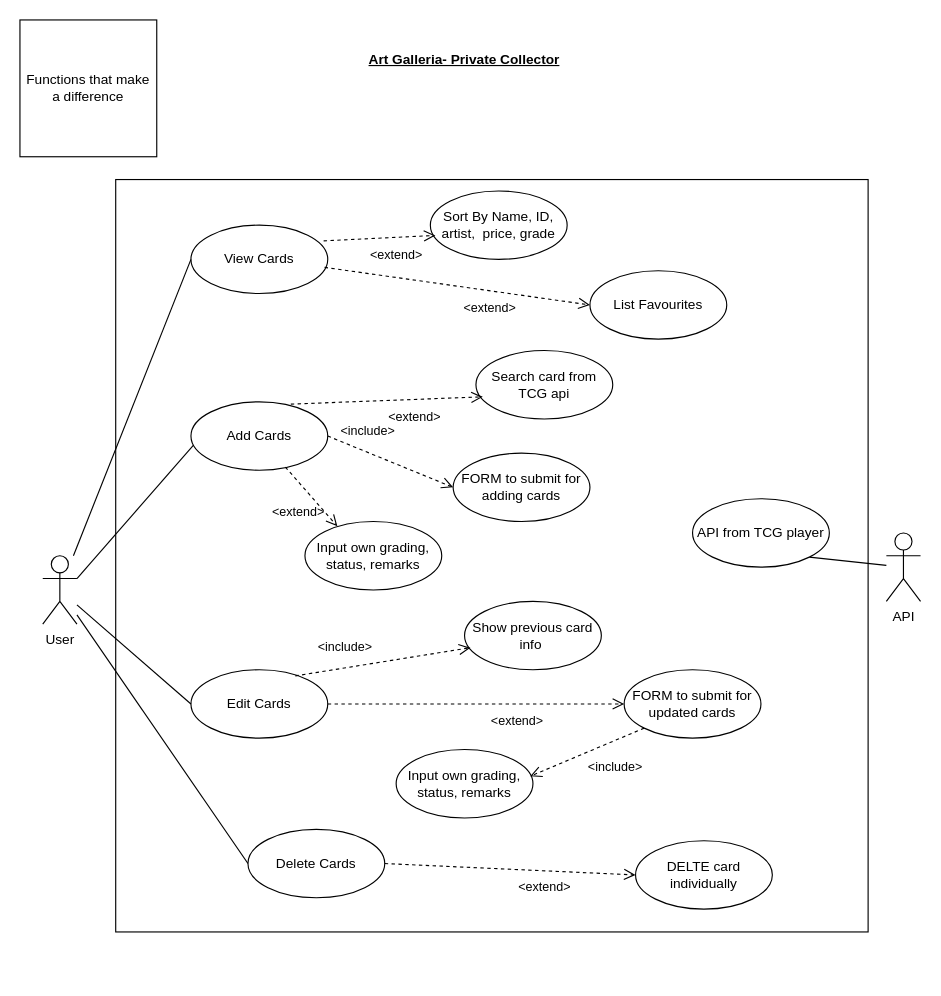
The draw.io diagram page "V1_Hansen_qn1_useCase" (2 of 12) of Hansen.drawio in Leow0069/TFIP-Capstone, before the edit. Source tidied: cells renumbered, new cells numbered last; positions are measured from the earlier drawing's top-left corner, leaving out a move shared by most shapes. Both pictures are drawn from the tidied source at 114%, with x=0, y=0 at pixel (19, 19).
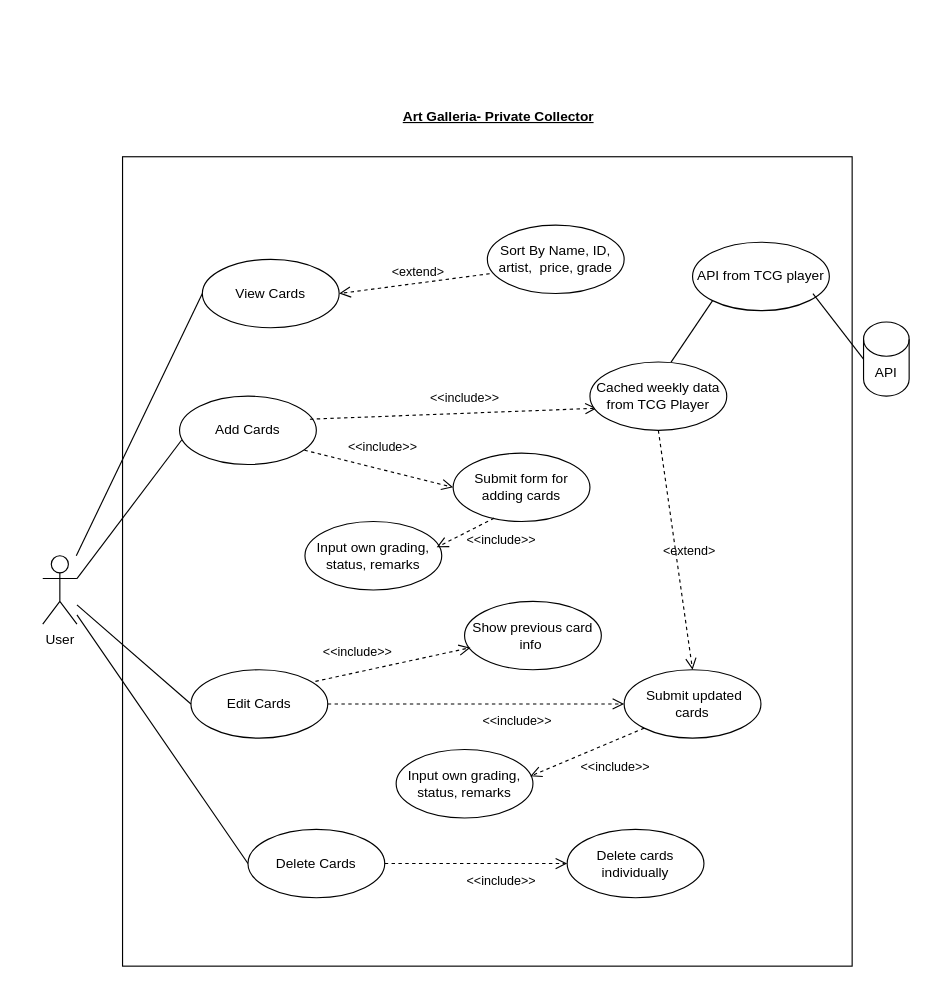
The same diagram, later.

The edit, as a diff of the source:
```diff
@@
-    <mxCell id="2" style="whiteSpace=wrap;html=1;" parent="1" vertex="1">
-      <mxGeometry x="84" y="140" width="660" height="660" as="geometry" />
-    </mxCell>
+    <mxCell id="35" style="group;" parent="1" vertex="1">
+      <mxGeometry x="20" y="60" width="770" height="780" as="geometry" />
+    </mxCell>
+    <mxCell id="36" style="group;fillColor=default;" parent="35" vertex="1">
+      <mxGeometry width="770" height="780" as="geometry" />
+    </mxCell>
+    <mxCell id="37" style="rounded=0;whiteSpace=wrap;html=1;" parent="35" vertex="1">
+      <mxGeometry x="70" y="60" width="640" height="710" as="geometry" />
+    </mxCell>
-    <mxCell id="3" value="Art Galleria- Private Collector" style="text;html=1;strokeColor=none;fillColor=none;align=center;verticalAlign=middle;whiteSpace=wrap;rounded=0;fontStyle=5;" parent="1" vertex="1">
-      <mxGeometry x="260" y="20" width="260" height="30" as="geometry" />
+    <mxCell id="3" value="Art Galleria- Private Collector" style="text;html=1;strokeColor=none;fillColor=none;align=center;verticalAlign=middle;whiteSpace=wrap;rounded=0;fontStyle=5;" parent="35" vertex="1">
+      <mxGeometry x="270" y="10" width="260" height="30" as="geometry" />
     </mxCell>
-    <mxCell id="4" value="User" style="shape=umlActor;verticalLabelPosition=bottom;verticalAlign=top;html=1;outlineConnect=0;" parent="1" vertex="1">
-      <mxGeometry x="20" y="470" width="30" height="60" as="geometry" />
+    <mxCell id="4" value="User" style="shape=umlActor;verticalLabelPosition=bottom;verticalAlign=top;html=1;outlineConnect=0;" parent="35" vertex="1">
+      <mxGeometry y="410" width="30" height="60" as="geometry" />
     </mxCell>
-    <mxCell id="5" value="Sort By Name, ID, artist,&amp;nbsp; price, grade" style="ellipse;whiteSpace=wrap;html=1;" parent="1" vertex="1">
-      <mxGeometry x="360" y="150" width="120" height="60" as="geometry" />
+    <mxCell id="5" value="Sort By Name, ID, artist,&amp;nbsp; price, grade" style="ellipse;whiteSpace=wrap;html=1;" parent="35" vertex="1">
+      <mxGeometry x="390" y="120" width="120" height="60" as="geometry" />
     </mxCell>
-    <mxCell id="6" value="View Cards" style="ellipse;whiteSpace=wrap;html=1;" parent="1" vertex="1">
-      <mxGeometry x="150" y="180" width="120" height="60" as="geometry" />
+    <mxCell id="6" value="View Cards" style="ellipse;whiteSpace=wrap;html=1;" parent="35" vertex="1">
+      <mxGeometry x="140" y="150" width="120" height="60" as="geometry" />
     </mxCell>
-    <mxCell id="7" style="endArrow=none;html=1;rounded=0;jumpStyle=none;jumpSize=22;entryX=0;entryY=0.5;entryDx=0;entryDy=0;" parent="1" edge="1" source="4" target="6">
+    <mxCell id="7" style="endArrow=none;html=1;rounded=0;jumpStyle=none;jumpSize=22;entryX=0;entryY=0.5;entryDx=0;entryDy=0;" parent="35" edge="1" source="4" target="6">
       <mxGeometry relative="1" as="geometry" />
     </mxCell>
-    <mxCell id="8" value="Add Cards" style="ellipse;whiteSpace=wrap;html=1;" parent="1" vertex="1">
-      <mxGeometry x="150" y="335" width="120" height="60" as="geometry" />
+    <mxCell id="8" value="Add Cards" style="ellipse;whiteSpace=wrap;html=1;" parent="35" vertex="1">
+      <mxGeometry x="120" y="270" width="120" height="60" as="geometry" />
     </mxCell>
-    <mxCell id="9" style="endArrow=none;html=1;rounded=0;jumpStyle=none;jumpSize=22;entryX=0.017;entryY=0.637;entryDx=0;entryDy=0;entryPerimeter=0;exitX=1;exitY=0.3333333333333333;exitDx=0;exitDy=0;exitPerimeter=0;" parent="1" edge="1" source="4" target="8">
+    <mxCell id="9" style="endArrow=none;html=1;rounded=0;jumpStyle=none;jumpSize=22;entryX=0.017;entryY=0.637;entryDx=0;entryDy=0;entryPerimeter=0;exitX=1;exitY=0.3333333333333333;exitDx=0;exitDy=0;exitPerimeter=0;" parent="35" edge="1" source="4" target="8">
       <mxGeometry relative="1" as="geometry" />
     </mxCell>
-    <mxCell id="10" value="List Favourites" style="ellipse;whiteSpace=wrap;html=1;" parent="1" vertex="1">
-      <mxGeometry x="500" y="220" width="120" height="60" as="geometry" />
-    </mxCell>
-    <mxCell id="11" value="Search card from TCG api" style="ellipse;whiteSpace=wrap;html=1;" parent="1" vertex="1">
-      <mxGeometry x="400" y="290" width="120" height="60" as="geometry" />
-    </mxCell>
-    <mxCell id="12" value="Input own grading, status, remarks" style="ellipse;whiteSpace=wrap;html=1;" parent="1" vertex="1">
-      <mxGeometry x="250" y="440" width="120" height="60" as="geometry" />
+    <mxCell id="12" value="Input own grading, status, remarks" style="ellipse;whiteSpace=wrap;html=1;" parent="35" vertex="1">
+      <mxGeometry x="230" y="380" width="120" height="60" as="geometry" />
     </mxCell>
-    <mxCell id="13" value="Edit Cards" style="ellipse;whiteSpace=wrap;html=1;" parent="1" vertex="1">
-      <mxGeometry x="150" y="570" width="120" height="60" as="geometry" />
+    <mxCell id="13" value="Edit Cards" style="ellipse;whiteSpace=wrap;html=1;" parent="35" vertex="1">
+      <mxGeometry x="130" y="510" width="120" height="60" as="geometry" />
     </mxCell>
-    <mxCell id="14" style="endArrow=none;html=1;rounded=0;jumpStyle=none;jumpSize=22;entryX=0;entryY=0.5;entryDx=0;entryDy=0;" parent="1" edge="1" source="4" target="13">
+    <mxCell id="14" style="endArrow=none;html=1;rounded=0;jumpStyle=none;jumpSize=22;entryX=0;entryY=0.5;entryDx=0;entryDy=0;" parent="35" edge="1" source="4" target="13">
       <mxGeometry relative="1" as="geometry" />
     </mxCell>
-    <mxCell id="15" value="Delete Cards" style="ellipse;whiteSpace=wrap;html=1;" parent="1" vertex="1">
-      <mxGeometry x="200" y="710" width="120" height="60" as="geometry" />
+    <mxCell id="15" value="Delete Cards" style="ellipse;whiteSpace=wrap;html=1;" parent="35" vertex="1">
+      <mxGeometry x="180" y="650" width="120" height="60" as="geometry" />
     </mxCell>
-    <mxCell id="16" style="endArrow=none;html=1;rounded=0;jumpStyle=none;jumpSize=22;entryX=0;entryY=0.5;entryDx=0;entryDy=0;" parent="1" edge="1" source="4" target="15">
+    <mxCell id="16" style="endArrow=none;html=1;rounded=0;jumpStyle=none;jumpSize=22;entryX=0;entryY=0.5;entryDx=0;entryDy=0;" parent="35" edge="1" source="4" target="15">
       <mxGeometry relative="1" as="geometry" />
     </mxCell>
-    <mxCell id="17" value="DELTE card individually" style="ellipse;whiteSpace=wrap;html=1;" parent="1" vertex="1">
-      <mxGeometry x="540" y="720" width="120" height="60" as="geometry" />
+    <mxCell id="17" value="Delete cards individually" style="ellipse;whiteSpace=wrap;html=1;" parent="35" vertex="1">
+      <mxGeometry x="460" y="650" width="120" height="60" as="geometry" />
     </mxCell>
-    <mxCell id="18" value="FORM to submit for adding cards" style="ellipse;whiteSpace=wrap;html=1;" parent="1" vertex="1">
-      <mxGeometry x="380" y="380" width="120" height="60" as="geometry" />
+    <mxCell id="18" value="Submit form for adding cards" style="ellipse;whiteSpace=wrap;html=1;" parent="35" vertex="1">
+      <mxGeometry x="360" y="320" width="120" height="60" as="geometry" />
     </mxCell>
-    <mxCell id="19" value="&amp;lt;extend&amp;gt;" style="endArrow=open;startArrow=none;endFill=0;startFill=0;endSize=8;html=1;verticalAlign=bottom;dashed=1;labelBackgroundColor=none;rounded=0;jumpStyle=none;jumpSize=22;exitX=0.977;exitY=0.617;exitDx=0;exitDy=0;entryX=0;entryY=0.5;entryDx=0;entryDy=0;exitPerimeter=0;" parent="1" edge="1" source="6" target="10">
-      <mxGeometry x="0.28" y="-24" relative="1" as="geometry" />
-    </mxCell>
-    <mxCell id="20" value="Functions that make a difference" style="whiteSpace=wrap;html=1;" parent="1" vertex="1">
-      <mxGeometry width="120" height="120" as="geometry" />
-    </mxCell>
-    <mxCell id="21" value="&amp;lt;extend&amp;gt;" style="endArrow=open;startArrow=none;endFill=0;startFill=0;endSize=8;html=1;verticalAlign=bottom;dashed=1;labelBackgroundColor=none;rounded=0;jumpStyle=none;jumpSize=22;exitX=0.97;exitY=0.23;exitDx=0;exitDy=0;entryX=0.037;entryY=0.65;entryDx=0;entryDy=0;entryPerimeter=0;exitPerimeter=0;" parent="1" edge="1" source="6" target="5">
-      <mxGeometry x="0.28" y="-24" relative="1" as="geometry" />
+    <mxCell id="21" value="&amp;lt;extend&amp;gt;" style="endArrow=open;startArrow=none;endFill=0;startFill=0;endSize=8;html=1;verticalAlign=bottom;dashed=1;labelBackgroundColor=none;rounded=0;jumpStyle=none;jumpSize=22;entryX=1;entryY=0.5;entryDx=0;entryDy=0;exitX=0.017;exitY=0.71;exitDx=0;exitDy=0;exitPerimeter=0;" parent="35" edge="1" source="5" target="6">
+      <mxGeometry x="-0.06" y="-1" relative="1" as="geometry" />
     </mxCell>
-    <mxCell id="22" value="&amp;lt;extend&amp;gt;" style="endArrow=open;startArrow=none;endFill=0;startFill=0;endSize=8;html=1;verticalAlign=bottom;dashed=1;labelBackgroundColor=none;rounded=0;jumpStyle=none;jumpSize=22;exitX=0.73;exitY=0.033;exitDx=0;exitDy=0;entryX=0.05;entryY=0.677;entryDx=0;entryDy=0;entryPerimeter=0;exitPerimeter=0;" parent="1" edge="1" source="8" target="11">
-      <mxGeometry x="0.28" y="-24" relative="1" as="geometry" />
+    <mxCell id="22" value="&amp;lt;&amp;lt;include&amp;gt;&amp;gt;" style="endArrow=open;startArrow=none;endFill=0;startFill=0;endSize=8;html=1;verticalAlign=bottom;dashed=1;labelBackgroundColor=none;rounded=0;jumpStyle=none;jumpSize=22;exitX=0.953;exitY=0.337;exitDx=0;exitDy=0;entryX=0.05;entryY=0.677;entryDx=0;entryDy=0;entryPerimeter=0;exitPerimeter=0;" parent="35" edge="1" source="8" target="11">
+      <mxGeometry x="0.08" y="4" relative="1" as="geometry" />
     </mxCell>
-    <mxCell id="23" value="&amp;lt;extend&amp;gt;" style="endArrow=open;startArrow=none;endFill=0;startFill=0;endSize=8;html=1;verticalAlign=bottom;dashed=1;labelBackgroundColor=none;rounded=0;jumpStyle=none;jumpSize=22;exitX=0.69;exitY=0.953;exitDx=0;exitDy=0;entryX=0.237;entryY=0.07;entryDx=0;entryDy=0;entryPerimeter=0;exitPerimeter=0;" parent="1" edge="1" source="8" target="12">
-      <mxGeometry x="0.28" y="-24" relative="1" as="geometry" />
-    </mxCell>
-    <mxCell id="24" value="Show previous card info&amp;nbsp;" style="ellipse;whiteSpace=wrap;html=1;" parent="1" vertex="1">
-      <mxGeometry x="390" y="510" width="120" height="60" as="geometry" />
+    <mxCell id="24" value="Show previous card info&amp;nbsp;" style="ellipse;whiteSpace=wrap;html=1;" parent="35" vertex="1">
+      <mxGeometry x="370" y="450" width="120" height="60" as="geometry" />
     </mxCell>
-    <mxCell id="25" value="Input own grading, status, remarks" style="ellipse;whiteSpace=wrap;html=1;" parent="1" vertex="1">
-      <mxGeometry x="330" y="640" width="120" height="60" as="geometry" />
+    <mxCell id="25" value="Input own grading, status, remarks" style="ellipse;whiteSpace=wrap;html=1;" parent="35" vertex="1">
+      <mxGeometry x="310" y="580" width="120" height="60" as="geometry" />
     </mxCell>
-    <mxCell id="26" value="FORM to submit for updated cards" style="ellipse;whiteSpace=wrap;html=1;" parent="1" vertex="1">
-      <mxGeometry x="530" y="570" width="120" height="60" as="geometry" />
+    <mxCell id="26" value="&amp;nbsp;Submit updated cards" style="ellipse;whiteSpace=wrap;html=1;" parent="35" vertex="1">
+      <mxGeometry x="510" y="510" width="120" height="60" as="geometry" />
     </mxCell>
-    <mxCell id="27" value="&amp;lt;include&amp;gt;" style="endArrow=open;startArrow=none;endFill=0;startFill=0;endSize=8;html=1;verticalAlign=bottom;dashed=1;labelBackgroundColor=none;rounded=0;jumpStyle=none;jumpSize=22;exitX=0.763;exitY=0.09;exitDx=0;exitDy=0;entryX=0.043;entryY=0.677;entryDx=0;entryDy=0;exitPerimeter=0;entryPerimeter=0;" parent="1" edge="1" source="13" target="24">
+    <mxCell id="27" value="&amp;lt;&amp;lt;include&amp;gt;&amp;gt;" style="endArrow=open;startArrow=none;endFill=0;startFill=0;endSize=8;html=1;verticalAlign=bottom;dashed=1;labelBackgroundColor=none;rounded=0;jumpStyle=none;jumpSize=22;exitX=0.91;exitY=0.17;exitDx=0;exitDy=0;entryX=0.043;entryY=0.677;entryDx=0;entryDy=0;exitPerimeter=0;entryPerimeter=0;" parent="35" edge="1" source="13" target="24">
       <mxGeometry x="-0.42" y="9" relative="1" as="geometry" />
     </mxCell>
-    <mxCell id="28" value="&amp;lt;extend&amp;gt;" style="endArrow=open;startArrow=none;endFill=0;startFill=0;endSize=8;html=1;verticalAlign=bottom;dashed=1;labelBackgroundColor=none;rounded=0;jumpStyle=none;jumpSize=22;exitX=1;exitY=0.5;exitDx=0;exitDy=0;entryX=0;entryY=0.5;entryDx=0;entryDy=0;" parent="1" edge="1" source="13" target="26">
+    <mxCell id="28" value="&amp;lt;&amp;lt;include&amp;gt;&amp;gt;" style="endArrow=open;startArrow=none;endFill=0;startFill=0;endSize=8;html=1;verticalAlign=bottom;dashed=1;labelBackgroundColor=none;rounded=0;jumpStyle=none;jumpSize=22;exitX=1;exitY=0.5;exitDx=0;exitDy=0;entryX=0;entryY=0.5;entryDx=0;entryDy=0;" parent="35" edge="1" source="13" target="26">
       <mxGeometry x="0.28" y="-24" relative="1" as="geometry" />
     </mxCell>
-    <mxCell id="29" value="&amp;lt;include&amp;gt;" style="endArrow=open;startArrow=none;endFill=0;startFill=0;endSize=8;html=1;verticalAlign=bottom;dashed=1;labelBackgroundColor=none;rounded=0;jumpStyle=none;jumpSize=22;exitX=0;exitY=1;exitDx=0;exitDy=0;entryX=0.98;entryY=0.39;entryDx=0;entryDy=0;entryPerimeter=0;" parent="1" edge="1" source="26" target="25">
+    <mxCell id="29" value="&amp;lt;&amp;lt;include&amp;gt;&amp;gt;" style="endArrow=open;startArrow=none;endFill=0;startFill=0;endSize=8;html=1;verticalAlign=bottom;dashed=1;labelBackgroundColor=none;rounded=0;jumpStyle=none;jumpSize=22;exitX=0;exitY=1;exitDx=0;exitDy=0;entryX=0.98;entryY=0.39;entryDx=0;entryDy=0;entryPerimeter=0;" parent="35" edge="1" source="26" target="25">
       <mxGeometry x="-0.27" y="30" relative="1" as="geometry" />
     </mxCell>
-    <mxCell id="30" value="&amp;lt;include&amp;gt;" style="endArrow=open;startArrow=none;endFill=0;startFill=0;endSize=8;html=1;verticalAlign=bottom;dashed=1;labelBackgroundColor=none;rounded=0;jumpStyle=none;jumpSize=22;exitX=1;exitY=0.5;exitDx=0;exitDy=0;entryX=0;entryY=0.5;entryDx=0;entryDy=0;" parent="1" edge="1" source="8" target="18">
-      <mxGeometry x="-0.42" y="9" relative="1" as="geometry" />
+    <mxCell id="30" value="&amp;lt;&amp;lt;include&amp;gt;&amp;gt;" style="endArrow=open;startArrow=none;endFill=0;startFill=0;endSize=8;html=1;verticalAlign=bottom;dashed=1;labelBackgroundColor=none;rounded=0;jumpStyle=none;jumpSize=22;exitX=0.913;exitY=0.79;exitDx=0;exitDy=0;entryX=0;entryY=0.5;entryDx=0;entryDy=0;exitPerimeter=0;" parent="35" edge="1" source="8" target="18">
+      <mxGeometry x="0.01" y="10" relative="1" as="geometry" />
     </mxCell>
-    <mxCell id="31" value="&amp;lt;extend&amp;gt;" style="endArrow=open;startArrow=none;endFill=0;startFill=0;endSize=8;html=1;verticalAlign=bottom;dashed=1;labelBackgroundColor=none;rounded=0;jumpStyle=none;jumpSize=22;entryX=0;entryY=0.5;entryDx=0;entryDy=0;" parent="1" edge="1" target="17">
+    <mxCell id="31" value="&amp;lt;&amp;lt;include&amp;gt;&amp;gt;" style="endArrow=open;startArrow=none;endFill=0;startFill=0;endSize=8;html=1;verticalAlign=bottom;dashed=1;labelBackgroundColor=none;rounded=0;jumpStyle=none;jumpSize=22;entryX=0;entryY=0.5;entryDx=0;entryDy=0;" parent="35" edge="1" target="17">
       <mxGeometry x="0.28" y="-24" relative="1" as="geometry">
-        <mxPoint x="320" y="740" as="sourcePoint" />
+        <mxPoint x="300" y="680" as="sourcePoint" />
       </mxGeometry>
     </mxCell>
+    <mxCell id="34" value="API from TCG player" style="ellipse;whiteSpace=wrap;html=1;" parent="35" vertex="1">
+      <mxGeometry x="570" y="135" width="120" height="60" as="geometry" />
+    </mxCell>
-    <mxCell id="32" value="API" style="shape=umlActor;verticalLabelPosition=bottom;verticalAlign=top;html=1;outlineConnect=0;" parent="1" vertex="1">
-      <mxGeometry x="760" y="450" width="30" height="60" as="geometry" />
+    <mxCell id="32" value="API" style="shape=cylinder3;whiteSpace=wrap;html=1;boundedLbl=1;backgroundOutline=1;size=15;" parent="35" vertex="1">
+      <mxGeometry x="720" y="205" width="40" height="65" as="geometry" />
     </mxCell>
+    <mxCell id="11" value="Cached weekly data from TCG Player" style="ellipse;whiteSpace=wrap;html=1;" parent="35" vertex="1">
+      <mxGeometry x="480" y="240" width="120" height="60" as="geometry" />
+    </mxCell>
+    <mxCell id="38" value="&amp;lt;extend&amp;gt;" style="endArrow=open;startArrow=none;endFill=0;startFill=0;endSize=8;html=1;verticalAlign=bottom;dashed=1;labelBackgroundColor=none;rounded=0;jumpStyle=none;jumpSize=22;exitX=0.5;exitY=1;exitDx=0;exitDy=0;entryX=0.5;entryY=0;entryDx=0;entryDy=0;" parent="35" edge="1" source="11" target="26">
+      <mxGeometry x="0.11" y="10" relative="1" as="geometry" />
+    </mxCell>
+    <mxCell id="39" style="endArrow=none;html=1;rounded=0;jumpStyle=none;jumpSize=22;exitX=0.593;exitY=0.003;exitDx=0;exitDy=0;entryX=0;entryY=1;entryDx=0;entryDy=0;exitPerimeter=0;" parent="35" edge="1" source="11" target="34">
+      <mxGeometry relative="1" as="geometry" />
+    </mxCell>
-    <mxCell id="33" style="endArrow=none;html=1;rounded=0;jumpStyle=none;jumpSize=22;exitX=1;exitY=1;exitDx=0;exitDy=0;" parent="1" edge="1" source="34" target="32">
+    <mxCell id="33" style="endArrow=none;html=1;rounded=0;jumpStyle=none;jumpSize=22;exitX=0.88;exitY=0.75;exitDx=0;exitDy=0;entryX=0;entryY=0.5;entryDx=0;entryDy=0;entryPerimeter=0;exitPerimeter=0;" parent="35" edge="1" source="34" target="32">
       <mxGeometry relative="1" as="geometry" />
     </mxCell>
-    <mxCell id="34" value="API from TCG player" style="ellipse;whiteSpace=wrap;html=1;" parent="1" vertex="1">
-      <mxGeometry x="590" y="420" width="120" height="60" as="geometry" />
-    </mxCell>
+    <mxCell id="40" value="&amp;lt;&amp;lt;include&amp;gt;&amp;gt;" style="endArrow=open;startArrow=none;endFill=0;startFill=0;endSize=8;html=1;verticalAlign=bottom;dashed=1;labelBackgroundColor=none;rounded=0;jumpStyle=none;jumpSize=22;exitX=0.3;exitY=0.95;exitDx=0;exitDy=0;entryX=0.963;entryY=0.377;entryDx=0;entryDy=0;exitPerimeter=0;entryPerimeter=0;" parent="35" edge="1" source="18" target="12">
+      <mxGeometry x="-0.74" y="28" relative="1" as="geometry" />
+    </mxCell>
```
